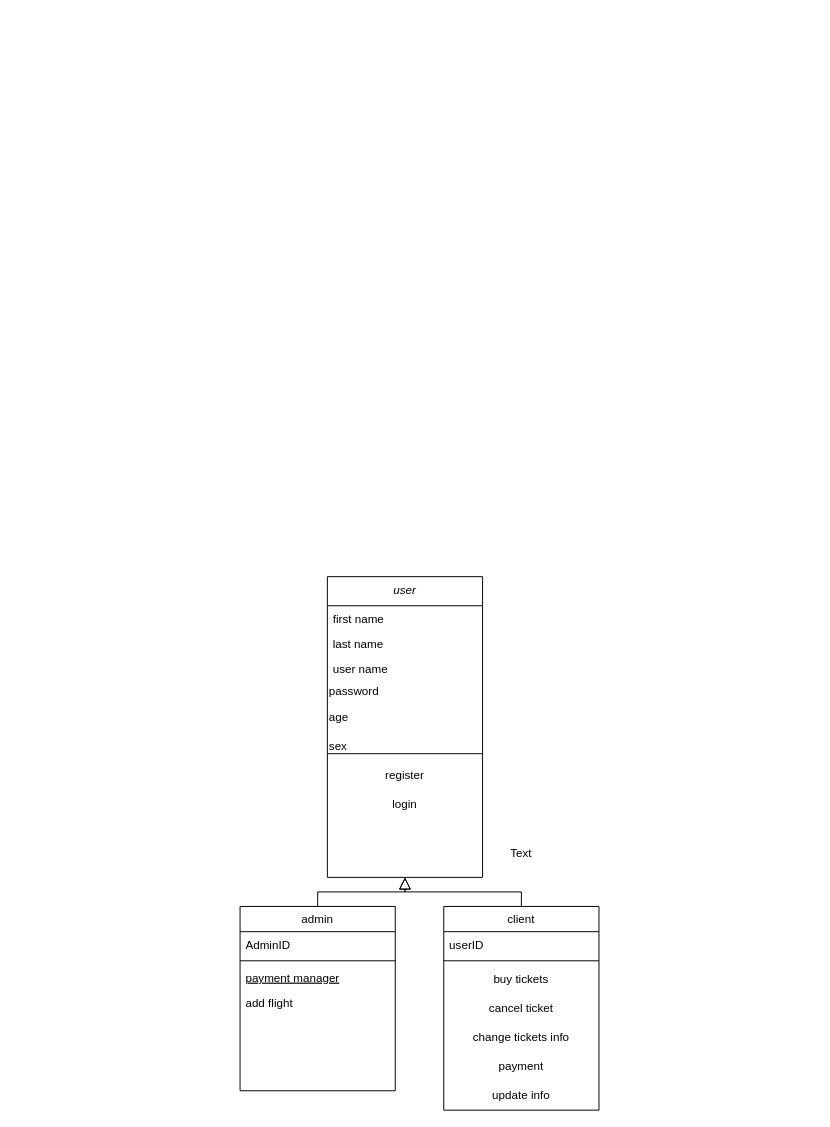
nakki268/dino keeps this draw.io diagram as Untitled Diagram.drawio. Above is the earlier version. Source tidied: cells renumbered, new cells numbered last; positions are measured from the earlier drawing's top-left corner, leaving out a move shared by most shapes. Both pictures are drawn from the tidied source at 97%, with x=0, y=0 at pixel (240, 576).
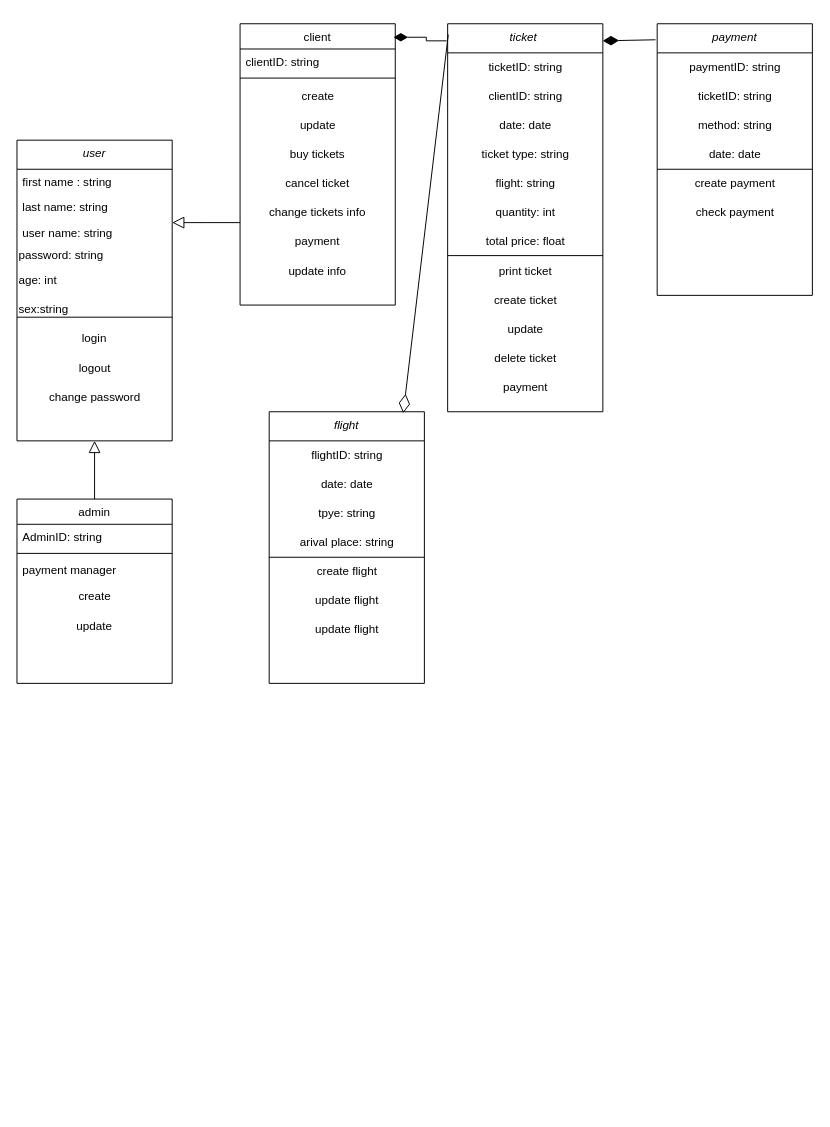
After the change.

The edit, as a diff of the source:
```diff
@@
     <mxCell id="2" value="user" style="swimlane;fontStyle=2;align=center;verticalAlign=top;horizontal=1;startSize=30;rounded=0;shadow=0;strokeWidth=1;" parent="1" vertex="1">
-      <mxGeometry x="90" width="160" height="310" as="geometry" />
+      <mxGeometry x="-230" y="-450" width="160" height="310" as="geometry" />
     </mxCell>
-    <mxCell id="3" value="first name   " style="text;align=left;verticalAlign=top;spacingLeft=4;spacingRight=4;overflow=hidden;" parent="2" vertex="1">
+    <mxCell id="3" value="first name : string" style="text;align=left;verticalAlign=top;spacingLeft=4;spacingRight=4;overflow=hidden;" parent="2" vertex="1">
       <mxGeometry y="30" width="160" height="26" as="geometry" />
     </mxCell>
-    <mxCell id="4" value="last name" style="text;align=left;verticalAlign=top;spacingLeft=4;spacingRight=4;overflow=hidden;rounded=0;shadow=0;html=0;" parent="2" vertex="1">
+    <mxCell id="4" value="last name: string" style="text;align=left;verticalAlign=top;spacingLeft=4;spacingRight=4;overflow=hidden;rounded=0;shadow=0;html=0;" parent="2" vertex="1">
       <mxGeometry y="56" width="160" height="26" as="geometry" />
     </mxCell>
-    <mxCell id="5" value="user name" style="text;align=left;verticalAlign=top;spacingLeft=4;spacingRight=4;overflow=hidden;rounded=0;shadow=0;html=0;" parent="2" vertex="1">
+    <mxCell id="5" value="user name: string" style="text;align=left;verticalAlign=top;spacingLeft=4;spacingRight=4;overflow=hidden;rounded=0;shadow=0;html=0;" parent="2" vertex="1">
       <mxGeometry y="82" width="160" height="26" as="geometry" />
     </mxCell>
-    <mxCell id="6" value="password" style="text;strokeColor=none;align=left;fillColor=none;html=1;verticalAlign=middle;whiteSpace=wrap;rounded=0;" parent="2" vertex="1">
+    <mxCell id="6" value="password: string" style="text;strokeColor=none;align=left;fillColor=none;html=1;verticalAlign=middle;whiteSpace=wrap;rounded=0;" parent="2" vertex="1">
       <mxGeometry y="108" width="160" height="22" as="geometry" />
     </mxCell>
-    <mxCell id="7" value="age" style="text;strokeColor=none;align=left;fillColor=none;html=1;verticalAlign=middle;whiteSpace=wrap;rounded=0;" parent="2" vertex="1">
+    <mxCell id="7" value="age: int" style="text;strokeColor=none;align=left;fillColor=none;html=1;verticalAlign=middle;whiteSpace=wrap;rounded=0;" parent="2" vertex="1">
       <mxGeometry y="130" width="160" height="30" as="geometry" />
     </mxCell>
-    <mxCell id="8" value="sex" style="text;strokeColor=none;align=left;fillColor=none;html=1;verticalAlign=middle;whiteSpace=wrap;rounded=0;" parent="2" vertex="1">
+    <mxCell id="8" value="sex:string" style="text;strokeColor=none;align=left;fillColor=none;html=1;verticalAlign=middle;whiteSpace=wrap;rounded=0;" parent="2" vertex="1">
       <mxGeometry y="160" width="160" height="30" as="geometry" />
     </mxCell>
@@
-    <mxCell id="10" value="register" style="text;strokeColor=none;align=center;fillColor=none;html=1;verticalAlign=middle;whiteSpace=wrap;rounded=0;" parent="2" vertex="1">
-      <mxGeometry y="190" width="160" height="30" as="geometry" />
-    </mxCell>
     <mxCell id="11" value="login" style="text;strokeColor=none;align=center;fillColor=none;html=1;verticalAlign=middle;whiteSpace=wrap;rounded=0;" parent="2" vertex="1">
-      <mxGeometry y="220" width="160" height="30" as="geometry" />
+      <mxGeometry y="190" width="160" height="30" as="geometry" />
     </mxCell>
+    <mxCell id="30" value="logout" style="text;html=1;align=center;verticalAlign=middle;strokeColor=none;fillColor=none;" parent="2" vertex="1">
+      <mxGeometry y="220" width="160" height="30" as="geometry" />
+    </mxCell>
+    <mxCell id="31" value="change password" style="text;html=1;align=center;verticalAlign=middle;strokeColor=none;fillColor=none;" parent="2" vertex="1">
+      <mxGeometry y="250" width="160" height="30" as="geometry" />
+    </mxCell>
     <mxCell id="12" value="admin" style="swimlane;fontStyle=0;align=center;verticalAlign=top;horizontal=1;startSize=26;rounded=0;shadow=0;strokeWidth=1;" parent="1" vertex="1">
-      <mxGeometry y="340" width="160" height="190" as="geometry" />
+      <mxGeometry x="-230" y="-80" width="160" height="190" as="geometry" />
     </mxCell>
-    <mxCell id="13" value="AdminID" style="text;align=left;verticalAlign=top;spacingLeft=4;spacingRight=4;overflow=hidden;rounded=0;shadow=0;html=0;" parent="12" vertex="1">
+    <mxCell id="13" value="AdminID: string" style="text;align=left;verticalAlign=top;spacingLeft=4;spacingRight=4;overflow=hidden;rounded=0;shadow=0;html=0;" parent="12" vertex="1">
       <mxGeometry y="26" width="160" height="26" as="geometry" />
     </mxCell>
@@
-    <mxCell id="15" value="payment manager" style="text;align=left;verticalAlign=top;spacingLeft=4;spacingRight=4;overflow=hidden;fontStyle=4;" parent="12" vertex="1">
+    <mxCell id="15" value="payment manager" style="text;align=left;verticalAlign=top;spacingLeft=4;spacingRight=4;overflow=hidden;fontStyle=0;" parent="12" vertex="1">
       <mxGeometry y="60" width="160" height="26" as="geometry" />
     </mxCell>
-    <mxCell id="16" value="add flight" style="text;align=left;verticalAlign=top;spacingLeft=4;spacingRight=4;overflow=hidden;" parent="12" vertex="1">
-      <mxGeometry y="86" width="160" height="26" as="geometry" />
-    </mxCell>
+    <mxCell id="32" value="create" style="text;html=1;align=center;verticalAlign=middle;strokeColor=none;fillColor=none;" parent="12" vertex="1">
+      <mxGeometry y="86" width="160" height="30" as="geometry" />
+    </mxCell>
+    <mxCell id="33" value="update" style="text;strokeColor=none;align=center;fillColor=none;html=1;verticalAlign=middle;whiteSpace=wrap;rounded=0;" parent="12" vertex="1">
+      <mxGeometry y="116" width="160" height="30" as="geometry" />
+    </mxCell>
@@
     <mxCell id="18" value="client" style="swimlane;fontStyle=0;align=center;verticalAlign=top;horizontal=1;startSize=26;rounded=0;shadow=0;strokeWidth=1;" parent="1" vertex="1">
-      <mxGeometry x="210" y="340" width="160" height="210" as="geometry" />
+      <mxGeometry y="-570" width="160" height="290" as="geometry" />
     </mxCell>
-    <mxCell id="19" value="userID" style="text;align=left;verticalAlign=top;spacingLeft=4;spacingRight=4;overflow=hidden;" parent="18" vertex="1">
+    <mxCell id="19" value="clientID: string" style="text;align=left;verticalAlign=top;spacingLeft=4;spacingRight=4;overflow=hidden;" parent="18" vertex="1">
       <mxGeometry y="26" width="160" height="26" as="geometry" />
     </mxCell>
@@
+    <mxCell id="34" value="create" style="text;html=1;align=center;verticalAlign=middle;strokeColor=none;fillColor=none;" parent="18" vertex="1">
+      <mxGeometry y="60" width="160" height="30" as="geometry" />
+    </mxCell>
+    <mxCell id="35" value="update" style="text;html=1;align=center;verticalAlign=middle;strokeColor=none;fillColor=none;" parent="18" vertex="1">
+      <mxGeometry y="90" width="160" height="30" as="geometry" />
+    </mxCell>
     <mxCell id="21" value="buy tickets" style="text;strokeColor=none;align=center;fillColor=none;html=1;verticalAlign=middle;whiteSpace=wrap;rounded=0;" parent="18" vertex="1">
-      <mxGeometry y="60" width="160" height="30" as="geometry" />
+      <mxGeometry y="120" width="160" height="30" as="geometry" />
     </mxCell>
     <mxCell id="22" value="cancel ticket" style="text;strokeColor=none;align=center;fillColor=none;html=1;verticalAlign=middle;whiteSpace=wrap;rounded=0;" parent="18" vertex="1">
-      <mxGeometry y="90" width="160" height="30" as="geometry" />
+      <mxGeometry y="150" width="160" height="30" as="geometry" />
     </mxCell>
     <mxCell id="23" value="change tickets info" style="text;strokeColor=none;align=center;fillColor=none;html=1;verticalAlign=middle;whiteSpace=wrap;rounded=0;" parent="18" vertex="1">
-      <mxGeometry y="120" width="160" height="30" as="geometry" />
+      <mxGeometry y="180" width="160" height="30" as="geometry" />
     </mxCell>
     <mxCell id="24" value="payment" style="text;strokeColor=none;align=center;fillColor=none;html=1;verticalAlign=middle;whiteSpace=wrap;rounded=0;" parent="18" vertex="1">
-      <mxGeometry y="150" width="160" height="30" as="geometry" />
+      <mxGeometry y="210" width="160" height="30" as="geometry" />
     </mxCell>
     <mxCell id="25" value="update info" style="text;strokeColor=none;align=center;fillColor=none;html=1;verticalAlign=middle;whiteSpace=wrap;rounded=0;" parent="18" vertex="1">
-      <mxGeometry y="180" width="160" height="30" as="geometry" />
+      <mxGeometry y="240" width="160" height="30" as="geometry" />
     </mxCell>
@@
-    <mxCell id="29" value="Text" style="text;strokeColor=none;align=center;fillColor=none;html=1;verticalAlign=middle;whiteSpace=wrap;rounded=0;" parent="1" vertex="1">
-      <mxGeometry x="260" y="270" width="60" height="30" as="geometry" />
-    </mxCell>
+    <mxCell id="36" value="payment" style="swimlane;fontStyle=2;align=center;verticalAlign=top;horizontal=1;startSize=30;rounded=0;shadow=0;strokeWidth=1;" parent="1" vertex="1">
+      <mxGeometry x="430" y="-570" width="160" height="280" as="geometry" />
+    </mxCell>
+    <mxCell id="37" value="paymentID: string" style="text;html=1;align=center;verticalAlign=middle;strokeColor=none;fillColor=none;" parent="36" vertex="1">
+      <mxGeometry y="30" width="160" height="30" as="geometry" />
+    </mxCell>
+    <mxCell id="38" value="ticketID: string" style="text;html=1;align=center;verticalAlign=middle;strokeColor=none;fillColor=none;" parent="36" vertex="1">
+      <mxGeometry y="60" width="160" height="30" as="geometry" />
+    </mxCell>
+    <mxCell id="39" value="method: string" style="text;html=1;align=center;verticalAlign=middle;strokeColor=none;fillColor=none;" parent="36" vertex="1">
+      <mxGeometry y="90" width="160" height="30" as="geometry" />
+    </mxCell>
+    <mxCell id="40" value="date: date" style="text;html=1;align=center;verticalAlign=middle;strokeColor=none;fillColor=none;" parent="36" vertex="1">
+      <mxGeometry y="120" width="160" height="30" as="geometry" />
+    </mxCell>
+    <mxCell id="41" style="endArrow=none;html=1;rounded=0;exitX=0;exitY=0.75;exitDx=0;exitDy=0;entryX=1;entryY=0.75;entryDx=0;entryDy=0;" parent="36" edge="1">
+      <mxGeometry relative="1" as="geometry">
+        <mxPoint y="150" as="sourcePoint" />
+        <mxPoint x="160" y="150" as="targetPoint" />
+      </mxGeometry>
+    </mxCell>
+    <mxCell id="42" value="create payment" style="text;html=1;align=center;verticalAlign=middle;strokeColor=none;fillColor=none;" parent="36" vertex="1">
+      <mxGeometry y="150" width="160" height="30" as="geometry" />
+    </mxCell>
+    <mxCell id="43" value="check payment" style="text;html=1;align=center;verticalAlign=middle;strokeColor=none;fillColor=none;" parent="36" vertex="1">
+      <mxGeometry y="180" width="160" height="30" as="geometry" />
+    </mxCell>
+    <mxCell id="44" value="ticket " style="swimlane;fontStyle=2;align=center;verticalAlign=top;horizontal=1;startSize=30;rounded=0;shadow=0;strokeWidth=1;" parent="1" vertex="1">
+      <mxGeometry x="214" y="-570" width="160" height="400" as="geometry" />
+    </mxCell>
+    <mxCell id="45" value="ticketID: string" style="text;html=1;align=center;verticalAlign=middle;strokeColor=none;fillColor=none;" parent="44" vertex="1">
+      <mxGeometry y="30" width="160" height="30" as="geometry" />
+    </mxCell>
+    <mxCell id="46" value="clientID: string" style="text;html=1;align=center;verticalAlign=middle;strokeColor=none;fillColor=none;" parent="44" vertex="1">
+      <mxGeometry y="60" width="160" height="30" as="geometry" />
+    </mxCell>
+    <mxCell id="47" value="date: date" style="text;html=1;align=center;verticalAlign=middle;strokeColor=none;fillColor=none;" parent="44" vertex="1">
+      <mxGeometry y="90" width="160" height="30" as="geometry" />
+    </mxCell>
+    <mxCell id="48" value="ticket type: string" style="text;html=1;align=center;verticalAlign=middle;strokeColor=none;fillColor=none;" parent="44" vertex="1">
+      <mxGeometry y="120" width="160" height="30" as="geometry" />
+    </mxCell>
+    <mxCell id="49" value="flight: string" style="text;html=1;align=center;verticalAlign=middle;strokeColor=none;fillColor=none;" parent="44" vertex="1">
+      <mxGeometry y="150" width="160" height="30" as="geometry" />
+    </mxCell>
+    <mxCell id="50" value="quantity: int" style="text;html=1;align=center;verticalAlign=middle;strokeColor=none;fillColor=none;" parent="44" vertex="1">
+      <mxGeometry y="180" width="160" height="30" as="geometry" />
+    </mxCell>
+    <mxCell id="51" value="total price: float" style="text;html=1;align=center;verticalAlign=middle;strokeColor=none;fillColor=none;" parent="44" vertex="1">
+      <mxGeometry y="210" width="160" height="30" as="geometry" />
+    </mxCell>
+    <mxCell id="52" style="endArrow=none;html=1;rounded=0;exitX=0;exitY=0.75;exitDx=0;exitDy=0;entryX=1;entryY=0.75;entryDx=0;entryDy=0;" parent="44" edge="1">
+      <mxGeometry relative="1" as="geometry">
+        <mxPoint y="239" as="sourcePoint" />
+        <mxPoint x="160" y="239" as="targetPoint" />
+      </mxGeometry>
+    </mxCell>
+    <mxCell id="53" value="print ticket" style="text;html=1;align=center;verticalAlign=middle;strokeColor=none;fillColor=none;" parent="44" vertex="1">
+      <mxGeometry y="240" width="160" height="30" as="geometry" />
+    </mxCell>
+    <mxCell id="54" value="create ticket" style="text;html=1;align=center;verticalAlign=middle;strokeColor=none;fillColor=none;" parent="44" vertex="1">
+      <mxGeometry y="270" width="160" height="30" as="geometry" />
+    </mxCell>
+    <mxCell id="55" value="update" style="text;html=1;align=center;verticalAlign=middle;strokeColor=none;fillColor=none;" parent="44" vertex="1">
+      <mxGeometry y="300" width="160" height="30" as="geometry" />
+    </mxCell>
+    <mxCell id="56" value="delete ticket" style="text;html=1;align=center;verticalAlign=middle;strokeColor=none;fillColor=none;" parent="44" vertex="1">
+      <mxGeometry y="330" width="160" height="30" as="geometry" />
+    </mxCell>
+    <mxCell id="57" value="payment" style="text;html=1;align=center;verticalAlign=middle;strokeColor=none;fillColor=none;" parent="44" vertex="1">
+      <mxGeometry y="360" width="160" height="30" as="geometry" />
+    </mxCell>
+    <mxCell id="58" style="endArrow=diamondThin;html=1;rounded=0;entryX=0.999;entryY=0.044;entryDx=0;entryDy=0;exitX=-0.011;exitY=0.059;exitDx=0;exitDy=0;exitPerimeter=0;entryPerimeter=0;endFill=1;endSize=14;" parent="1" edge="1" source="36" target="44">
+      <mxGeometry relative="1" as="geometry" />
+    </mxCell>
+    <mxCell id="59" style="edgeStyle=orthogonalEdgeStyle;jettySize=auto;html=1;exitX=-0.006;exitY=0.044;exitDx=0;exitDy=0;entryX=0.989;entryY=0.048;entryDx=0;entryDy=0;entryPerimeter=0;rounded=0;endWidth=12;endArrow=diamondThin;endFill=1;strokeWidth=1;endSize=12;exitPerimeter=0;" parent="1" edge="1" source="44" target="18">
+      <mxGeometry relative="1" as="geometry" />
+    </mxCell>
+    <mxCell id="60" value="flight" style="swimlane;fontStyle=2;align=center;verticalAlign=top;horizontal=1;startSize=30;rounded=0;shadow=0;strokeWidth=1;" parent="1" vertex="1">
+      <mxGeometry x="30" y="-170" width="160" height="280" as="geometry" />
+    </mxCell>
+    <mxCell id="61" value="flightID: string" style="text;html=1;align=center;verticalAlign=middle;strokeColor=none;fillColor=none;" parent="60" vertex="1">
+      <mxGeometry y="30" width="160" height="30" as="geometry" />
+    </mxCell>
+    <mxCell id="62" value="date: date" style="text;html=1;align=center;verticalAlign=middle;strokeColor=none;fillColor=none;" parent="60" vertex="1">
+      <mxGeometry y="60" width="160" height="30" as="geometry" />
+    </mxCell>
+    <mxCell id="63" style="endArrow=none;html=1;rounded=0;exitX=0;exitY=0.75;exitDx=0;exitDy=0;entryX=1;entryY=0.75;entryDx=0;entryDy=0;" parent="60" edge="1">
+      <mxGeometry relative="1" as="geometry">
+        <mxPoint y="150" as="sourcePoint" />
+        <mxPoint x="160" y="150" as="targetPoint" />
+      </mxGeometry>
+    </mxCell>
+    <mxCell id="64" value="tpye: string" style="text;html=1;align=center;verticalAlign=middle;strokeColor=none;fillColor=none;" parent="60" vertex="1">
+      <mxGeometry y="90" width="160" height="30" as="geometry" />
+    </mxCell>
+    <mxCell id="65" value="arival place: string" style="text;html=1;align=center;verticalAlign=middle;strokeColor=none;fillColor=none;" parent="60" vertex="1">
+      <mxGeometry y="120" width="160" height="30" as="geometry" />
+    </mxCell>
+    <mxCell id="66" value="create flight" style="text;html=1;align=center;verticalAlign=middle;strokeColor=none;fillColor=none;" parent="60" vertex="1">
+      <mxGeometry y="150" width="160" height="30" as="geometry" />
+    </mxCell>
+    <mxCell id="67" value="update flight" style="text;html=1;align=center;verticalAlign=middle;strokeColor=none;fillColor=none;" parent="60" vertex="1">
+      <mxGeometry y="180" width="160" height="30" as="geometry" />
+    </mxCell>
+    <mxCell id="68" value="update flight" style="text;html=1;align=center;verticalAlign=middle;strokeColor=none;fillColor=none;" parent="60" vertex="1">
+      <mxGeometry y="210" width="160" height="30" as="geometry" />
+    </mxCell>
+    <mxCell id="69" style="endArrow=none;html=1;rounded=0;entryX=0.004;entryY=0.028;entryDx=0;entryDy=0;entryPerimeter=0;exitX=0.864;exitY=0.005;exitDx=0;exitDy=0;exitPerimeter=0;startArrow=diamondThin;startFill=0;startSize=17;" parent="1" edge="1" source="60" target="44">
+      <mxGeometry relative="1" as="geometry" />
+    </mxCell>
```
